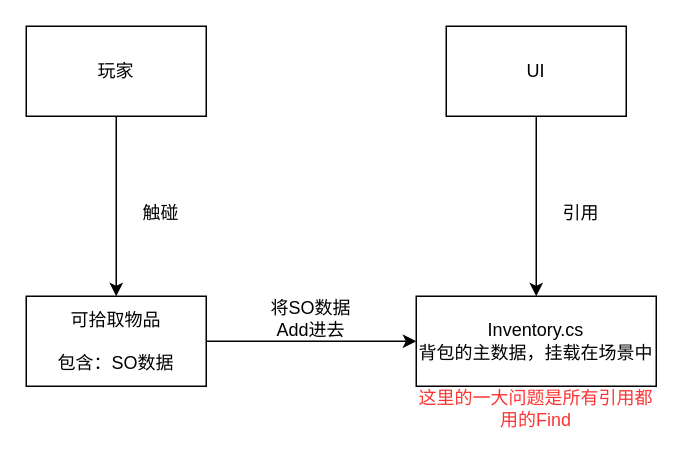
This is page "背包与拾取" (7 of 10) of StartFramework.drawio from sass00n1/StartFramework, a draw.io file, before an edit. Source tidied: cells renumbered, new cells numbered last; positions are measured from the earlier drawing's top-left corner, leaving out a move shared by most shapes. Both pictures are drawn from the tidied source at 150%, with x=0, y=0 at pixel (26, 26).
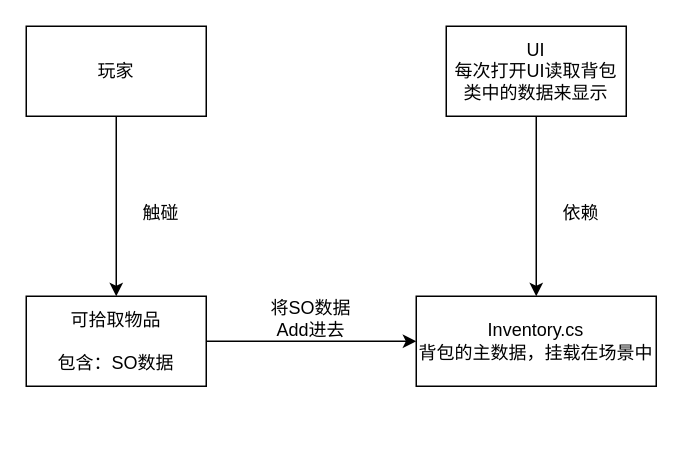
The same page after the edit.

Change to the diagram source:
```diff
@@
 <mxGraphModel>
   <root>
     <mxCell id="0" />
     <mxCell id="1" parent="0" />
     <mxCell id="2" value="&lt;div&gt;Inventory.cs&lt;/div&gt;&lt;div&gt;背包的主数据，挂载在场景中&lt;/div&gt;" style="rounded=0;whiteSpace=wrap;html=1;" parent="1" vertex="1">
       <mxGeometry x="260" y="180" width="160" height="60" as="geometry" />
     </mxCell>
-    <mxCell id="3" value="&lt;font color=&quot;#FF3333&quot;&gt;这里的一大问题是所有引用都用的Find&lt;/font&gt;" style="text;html=1;strokeColor=none;fillColor=none;align=center;verticalAlign=middle;whiteSpace=wrap;rounded=0;" parent="1" vertex="1">
-      <mxGeometry x="260" y="240" width="160" height="30" as="geometry" />
-    </mxCell>
     <mxCell id="4" style="edgeStyle=orthogonalEdgeStyle;rounded=0;jettySize=auto;html=1;exitX=0.5;exitY=1;exitDx=0;exitDy=0;fontColor=#000000;" parent="1" edge="1" source="5" target="7">
       <mxGeometry relative="1" as="geometry" />
     </mxCell>
     <mxCell id="5" value="&lt;font color=&quot;#000000&quot;&gt;玩家&lt;/font&gt;" style="rounded=0;whiteSpace=wrap;html=1;fontColor=#FF3333;" parent="1" vertex="1">
       <mxGeometry width="120" height="60" as="geometry" />
     </mxCell>
     <mxCell id="6" style="edgeStyle=orthogonalEdgeStyle;rounded=0;jettySize=auto;html=1;exitX=1;exitY=0.5;exitDx=0;exitDy=0;fontColor=#000000;" parent="1" edge="1" source="7" target="2">
       <mxGeometry relative="1" as="geometry" />
     </mxCell>
     <mxCell id="7" value="&lt;div&gt;可拾取物品&lt;/div&gt;&lt;div&gt;&lt;br&gt;&lt;/div&gt;&lt;div&gt;包含：SO数据&lt;br&gt;&lt;/div&gt;" style="rounded=0;whiteSpace=wrap;html=1;fontColor=#000000;" parent="1" vertex="1">
       <mxGeometry y="180" width="120" height="60" as="geometry" />
     </mxCell>
     <mxCell id="8" value="触碰" style="text;html=1;strokeColor=none;fillColor=none;align=center;verticalAlign=middle;whiteSpace=wrap;rounded=0;fontColor=#000000;" parent="1" vertex="1">
       <mxGeometry x="60" y="110" width="60" height="30" as="geometry" />
     </mxCell>
     <mxCell id="9" value="将SO数据Add进去" style="text;html=1;strokeColor=none;fillColor=none;align=center;verticalAlign=middle;whiteSpace=wrap;rounded=0;fontColor=#000000;" parent="1" vertex="1">
       <mxGeometry x="160" y="180" width="60" height="30" as="geometry" />
     </mxCell>
     <mxCell id="10" style="edgeStyle=orthogonalEdgeStyle;rounded=0;jettySize=auto;html=1;exitX=0.5;exitY=1;exitDx=0;exitDy=0;fontColor=#000000;" parent="1" edge="1" source="11" target="2">
       <mxGeometry relative="1" as="geometry" />
     </mxCell>
-    <mxCell id="11" value="UI" style="rounded=0;whiteSpace=wrap;html=1;fontColor=#000000;" parent="1" vertex="1">
+    <mxCell id="11" value="&lt;div&gt;UI&lt;/div&gt;&lt;div&gt;每次打开UI读取背包类中的数据来显示&lt;br&gt;&lt;/div&gt;" style="rounded=0;whiteSpace=wrap;html=1;fontColor=#000000;" parent="1" vertex="1">
       <mxGeometry x="280" width="120" height="60" as="geometry" />
     </mxCell>
-    <mxCell id="12" value="引用" style="text;html=1;strokeColor=none;fillColor=none;align=center;verticalAlign=middle;whiteSpace=wrap;rounded=0;fontColor=#000000;" parent="1" vertex="1">
+    <mxCell id="12" value="依赖" style="text;html=1;strokeColor=none;fillColor=none;align=center;verticalAlign=middle;whiteSpace=wrap;rounded=0;fontColor=#000000;" parent="1" vertex="1">
       <mxGeometry x="340" y="110" width="60" height="30" as="geometry" />
     </mxCell>
   </root>
 </mxGraphModel>
```
